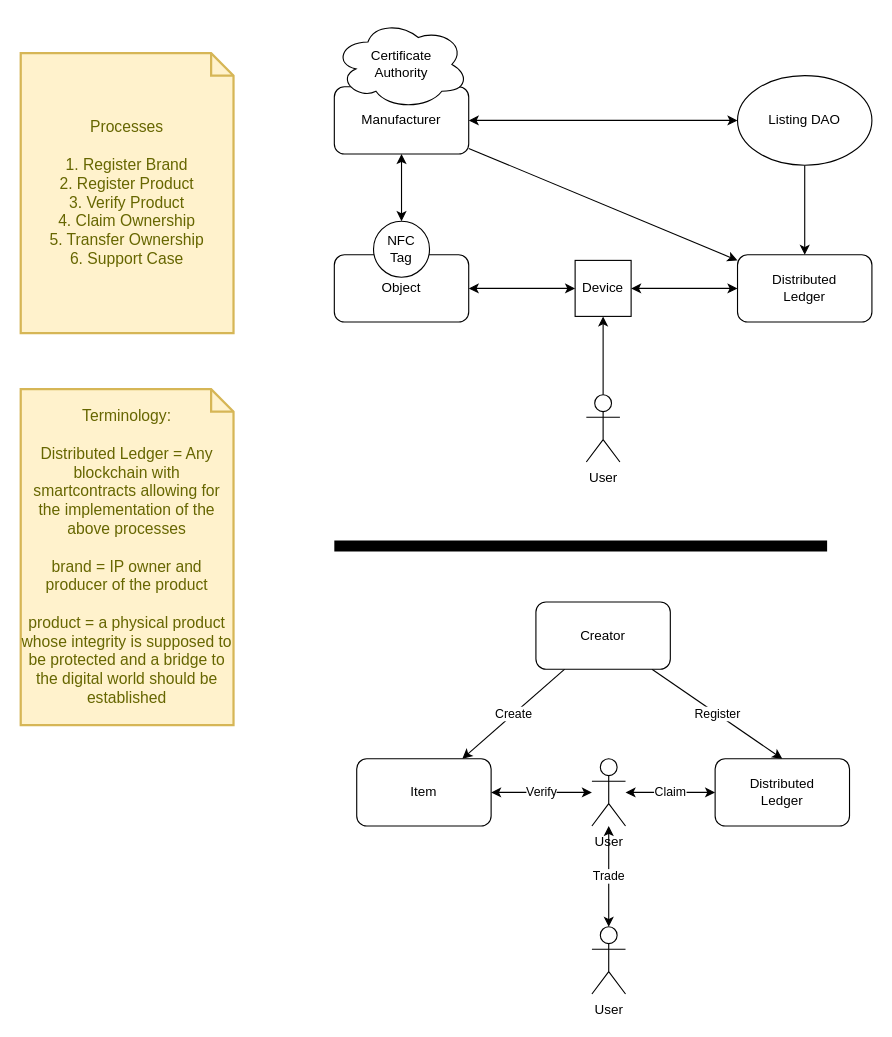
This is page "overview" (1 of 12) of diagrams/overview.drawio from open-metabridge-foundation/protocol, a draw.io file, before an edit. Source tidied: cells renumbered, new cells numbered last; positions are measured from the earlier drawing's top-left corner, leaving out a move shared by most shapes. Both pictures are drawn from the tidied source at 112%, with x=0, y=0 at pixel (20, 19).
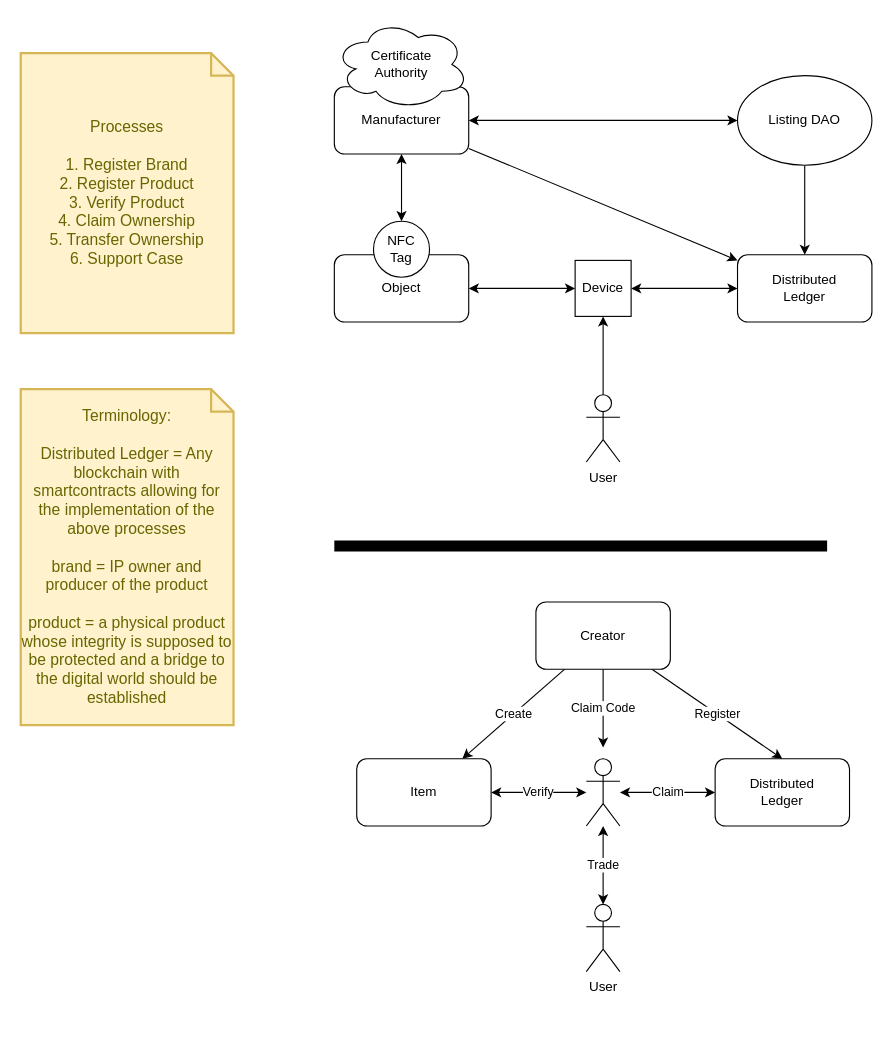
The same diagram, later.

Unchanged cells that the change refers to:
```xml
<mxCell id="21" value="Creator" style="rounded=1;whiteSpace=wrap;html=1;" parent="1" vertex="1">
  <mxGeometry x="460" y="520" width="120" height="60" as="geometry" />
</mxCell>
```

What changed in the source:
```diff
@@
+    <mxCell id="30" value="Claim Code" style="edgeStyle=orthogonalEdgeStyle;rounded=0;jettySize=auto;html=1;" parent="1" edge="1" source="21">
+      <mxGeometry relative="1" as="geometry">
+        <mxPoint x="520" y="650" as="targetPoint" />
+      </mxGeometry>
+    </mxCell>
@@
-    <mxCell id="26" value="User" style="shape=umlActor;verticalLabelPosition=bottom;verticalAlign=top;html=1;outlineConnect=0;" parent="1" vertex="1">
-      <mxGeometry x="510" y="660" width="30" height="60" as="geometry" />
+    <mxCell id="26" style="shape=umlActor;verticalLabelPosition=bottom;verticalAlign=top;html=1;outlineConnect=0;" parent="1" vertex="1">
+      <mxGeometry x="505" y="660" width="30" height="60" as="geometry" />
     </mxCell>
@@
     <mxCell id="28" value="User" style="shape=umlActor;verticalLabelPosition=bottom;verticalAlign=top;html=1;outlineConnect=0;" parent="1" vertex="1">
-      <mxGeometry x="510" y="810" width="30" height="60" as="geometry" />
+      <mxGeometry x="505" y="790" width="30" height="60" as="geometry" />
     </mxCell>
```
